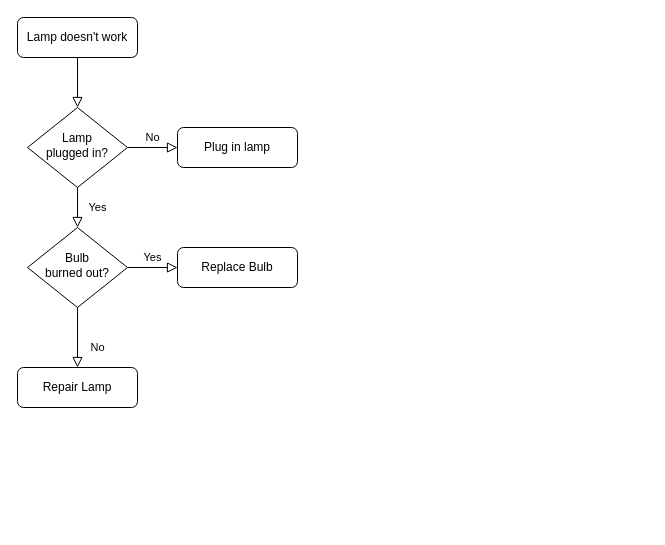
Above: workloads-replatform.drawio in JacieChao/jacie-docs (draw.io), before the change. Source tidied: cells renumbered, new cells numbered last; positions are measured from the earlier drawing's top-left corner, leaving out a move shared by most shapes. Both pictures are drawn from the tidied source at 100%, with x=0, y=0 at pixel (17, 17).
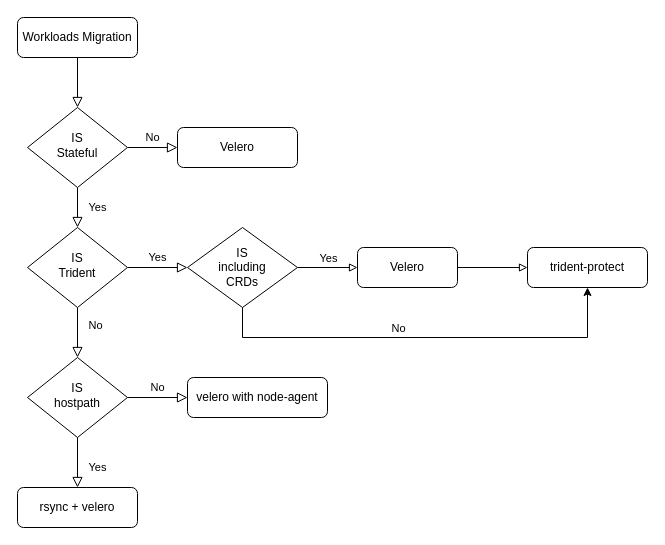
After the change.

Diff of the diagram source:
```diff
@@
-    <mxCell id="3" value="Lamp doesn't work" style="rounded=1;whiteSpace=wrap;html=1;fontSize=12;glass=0;strokeWidth=1;shadow=0;" parent="1" vertex="1">
+    <mxCell id="3" value="Workloads Migration" style="rounded=1;whiteSpace=wrap;html=1;fontSize=12;glass=0;strokeWidth=1;shadow=0;" parent="1" vertex="1">
       <mxGeometry width="120" height="40" as="geometry" />
     </mxCell>
@@
-    <mxCell id="6" value="Lamp&lt;br&gt;plugged in?" style="rhombus;whiteSpace=wrap;html=1;shadow=0;fontFamily=Helvetica;fontSize=12;align=center;strokeWidth=1;spacing=6;spacingTop=-4;" parent="1" vertex="1">
+    <mxCell id="6" value="IS&lt;div&gt;Stateful&lt;/div&gt;" style="rhombus;whiteSpace=wrap;html=1;shadow=0;fontFamily=Helvetica;fontSize=12;align=center;strokeWidth=1;spacing=6;spacingTop=-4;" parent="1" vertex="1">
       <mxGeometry x="10" y="90" width="100" height="80" as="geometry" />
     </mxCell>
-    <mxCell id="7" value="Plug in lamp" style="rounded=1;whiteSpace=wrap;html=1;fontSize=12;glass=0;strokeWidth=1;shadow=0;" parent="1" vertex="1">
+    <mxCell id="7" value="Velero" style="rounded=1;whiteSpace=wrap;html=1;fontSize=12;glass=0;strokeWidth=1;shadow=0;" parent="1" vertex="1">
       <mxGeometry x="160" y="110" width="120" height="40" as="geometry" />
     </mxCell>
-    <mxCell id="8" value="No" style="rounded=0;html=1;jettySize=auto;fontSize=11;endArrow=block;endFill=0;endSize=8;strokeWidth=1;shadow=0;labelBackgroundColor=none;edgeStyle=orthogonalEdgeStyle;" parent="1" edge="1" source="10" target="11">
-      <mxGeometry x="0.33" y="20" relative="1" as="geometry" />
+    <mxCell id="8" value="No" style="rounded=0;html=1;jettySize=auto;fontSize=11;endArrow=block;endFill=0;endSize=8;strokeWidth=1;shadow=0;labelBackgroundColor=none;edgeStyle=orthogonalEdgeStyle;entryX=0.5;entryY=0;entryDx=0;entryDy=0;" parent="1" edge="1" source="10" target="13">
+      <mxGeometry x="-0.28" y="18" relative="1" as="geometry" />
     </mxCell>
-    <mxCell id="9" value="Yes" style="edgeStyle=orthogonalEdgeStyle;rounded=0;html=1;jettySize=auto;fontSize=11;endArrow=block;endFill=0;endSize=8;strokeWidth=1;shadow=0;labelBackgroundColor=none;" parent="1" edge="1" source="10" target="12">
+    <mxCell id="9" value="Yes" style="edgeStyle=orthogonalEdgeStyle;rounded=0;html=1;jettySize=auto;fontSize=11;endArrow=block;endFill=0;endSize=8;strokeWidth=1;shadow=0;labelBackgroundColor=none;entryX=0;entryY=0.5;entryDx=0;entryDy=0;" parent="1" edge="1" source="10" target="17">
       <mxGeometry y="10" relative="1" as="geometry" />
     </mxCell>
-    <mxCell id="10" value="Bulb&lt;br&gt;burned out?" style="rhombus;whiteSpace=wrap;html=1;shadow=0;fontFamily=Helvetica;fontSize=12;align=center;strokeWidth=1;spacing=6;spacingTop=-4;" parent="1" vertex="1">
+    <mxCell id="10" value="IS&lt;div&gt;Trident&lt;/div&gt;" style="rhombus;whiteSpace=wrap;html=1;shadow=0;fontFamily=Helvetica;fontSize=12;align=center;strokeWidth=1;spacing=6;spacingTop=-4;" parent="1" vertex="1">
       <mxGeometry x="10" y="210" width="100" height="80" as="geometry" />
     </mxCell>
-    <mxCell id="11" value="Repair Lamp" style="rounded=1;whiteSpace=wrap;html=1;fontSize=12;glass=0;strokeWidth=1;shadow=0;" parent="1" vertex="1">
-      <mxGeometry y="350" width="120" height="40" as="geometry" />
+    <mxCell id="11" value="rsync + velero" style="rounded=1;whiteSpace=wrap;html=1;fontSize=12;glass=0;strokeWidth=1;shadow=0;" parent="1" vertex="1">
+      <mxGeometry y="470" width="120" height="40" as="geometry" />
     </mxCell>
-    <mxCell id="12" value="Replace Bulb" style="rounded=1;whiteSpace=wrap;html=1;fontSize=12;glass=0;strokeWidth=1;shadow=0;" parent="1" vertex="1">
-      <mxGeometry x="160" y="230" width="120" height="40" as="geometry" />
-    </mxCell>
+    <mxCell id="13" value="IS&lt;div&gt;hostpath&lt;/div&gt;" style="rhombus;whiteSpace=wrap;html=1;shadow=0;fontFamily=Helvetica;fontSize=12;align=center;strokeWidth=1;spacing=6;spacingTop=-4;" parent="1" vertex="1">
+      <mxGeometry x="10" y="340" width="100" height="80" as="geometry" />
+    </mxCell>
+    <mxCell id="14" value="Yes" style="rounded=0;html=1;jettySize=auto;fontSize=11;endArrow=block;endFill=0;endSize=8;strokeWidth=1;shadow=0;labelBackgroundColor=none;edgeStyle=orthogonalEdgeStyle;exitX=0.5;exitY=1;exitDx=0;exitDy=0;" parent="1" edge="1" source="13" target="11">
+      <mxGeometry x="0.2" y="20" relative="1" as="geometry" />
+    </mxCell>
+    <mxCell id="15" value="velero with node-agent" style="rounded=1;whiteSpace=wrap;html=1;fontSize=12;glass=0;strokeWidth=1;shadow=0;" parent="1" vertex="1">
+      <mxGeometry x="170" y="360" width="140" height="40" as="geometry" />
+    </mxCell>
+    <mxCell id="16" value="No" style="rounded=0;html=1;jettySize=auto;fontSize=11;endArrow=block;endFill=0;endSize=8;strokeWidth=1;shadow=0;labelBackgroundColor=none;edgeStyle=orthogonalEdgeStyle;exitX=1;exitY=0.5;exitDx=0;exitDy=0;entryX=0;entryY=0.5;entryDx=0;entryDy=0;" parent="1" edge="1" source="13" target="15">
+      <mxGeometry y="10" relative="1" as="geometry" />
+    </mxCell>
+    <mxCell id="17" value="IS&lt;div&gt;including&lt;/div&gt;&lt;div&gt;CRDs&lt;/div&gt;" style="rhombus;whiteSpace=wrap;html=1;" parent="1" vertex="1">
+      <mxGeometry x="170" y="210" width="110" height="80" as="geometry" />
+    </mxCell>
+    <mxCell id="18" style="endArrow=block;html=1;rounded=0;exitX=1;exitY=0.5;exitDx=0;exitDy=0;endFill=0;entryX=0;entryY=0.5;entryDx=0;entryDy=0;" parent="1" edge="1" source="17" target="20">
+      <mxGeometry relative="1" as="geometry" />
+    </mxCell>
+    <mxCell id="19" value="Yes" style="edgeLabel;html=1;align=center;verticalAlign=middle;" parent="18" vertex="1">
+      <mxGeometry x="-0.47" relative="1" as="geometry">
+        <mxPoint x="14" y="-10" as="offset" />
+      </mxGeometry>
+    </mxCell>
+    <mxCell id="20" value="Velero" style="rounded=1;whiteSpace=wrap;html=1;fontSize=12;glass=0;strokeWidth=1;shadow=0;" parent="1" vertex="1">
+      <mxGeometry x="340" y="230" width="100" height="40" as="geometry" />
+    </mxCell>
+    <mxCell id="21" value="trident-protect" style="rounded=1;whiteSpace=wrap;html=1;fontSize=12;glass=0;strokeWidth=1;shadow=0;" parent="1" vertex="1">
+      <mxGeometry x="510" y="230" width="120" height="40" as="geometry" />
+    </mxCell>
+    <mxCell id="22" style="endArrow=block;html=1;rounded=0;exitX=1;exitY=0.5;exitDx=0;exitDy=0;entryX=0;entryY=0.5;entryDx=0;entryDy=0;endFill=0;" parent="1" edge="1" source="20" target="21">
+      <mxGeometry relative="1" as="geometry" />
+    </mxCell>
+    <mxCell id="23" style="endArrow=classic;html=1;rounded=0;exitX=0.5;exitY=1;exitDx=0;exitDy=0;entryX=0.5;entryY=1;entryDx=0;entryDy=0;" parent="1" edge="1" source="17" target="21">
+      <mxGeometry relative="1" as="geometry">
+        <Array as="points">
+          <mxPoint x="225" y="320" />
+          <mxPoint x="570" y="320" />
+        </Array>
+      </mxGeometry>
+    </mxCell>
+    <mxCell id="24" value="No" style="edgeLabel;html=1;align=center;verticalAlign=middle;" parent="23" vertex="1">
+      <mxGeometry x="-0.13" relative="1" as="geometry">
+        <mxPoint y="-10" as="offset" />
+      </mxGeometry>
+    </mxCell>
```
